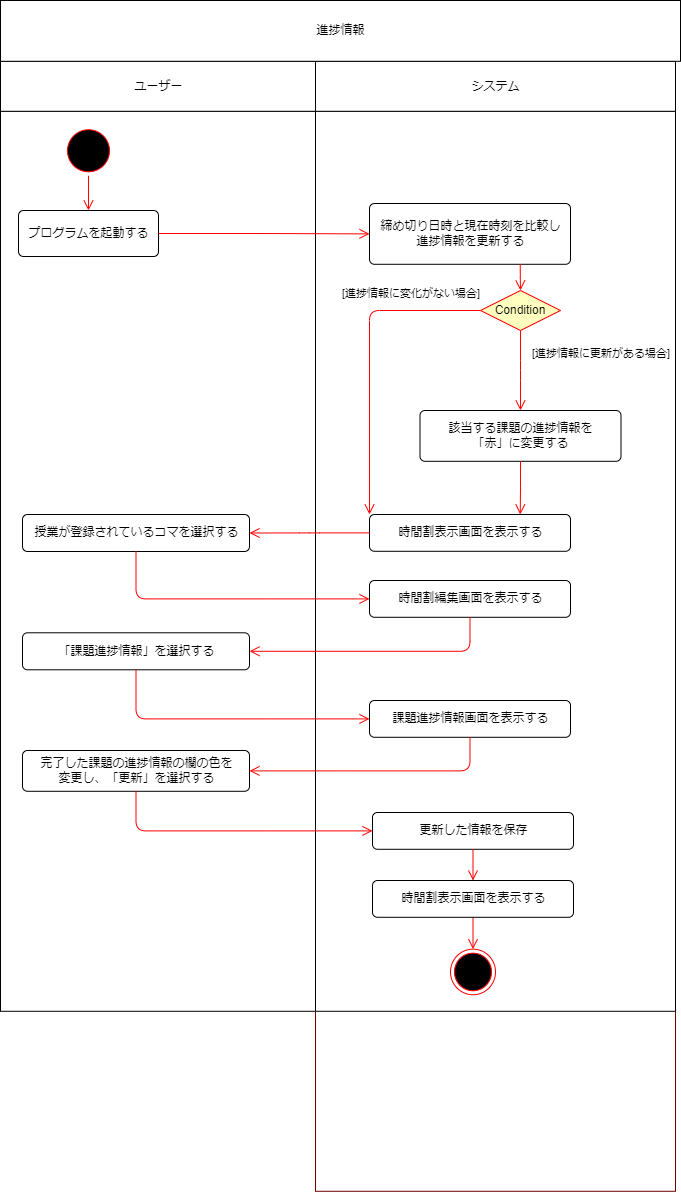
The draw.io diagram 振る舞い図/アクティビティ図/アクティビティ図＿進捗情報.drawio.png in masaki1234567/psp4, before a commit. Source tidied: cells renumbered, new cells last; positions are measured from the earlier drawing's top-left corner, leaving out a move shared by most shapes.
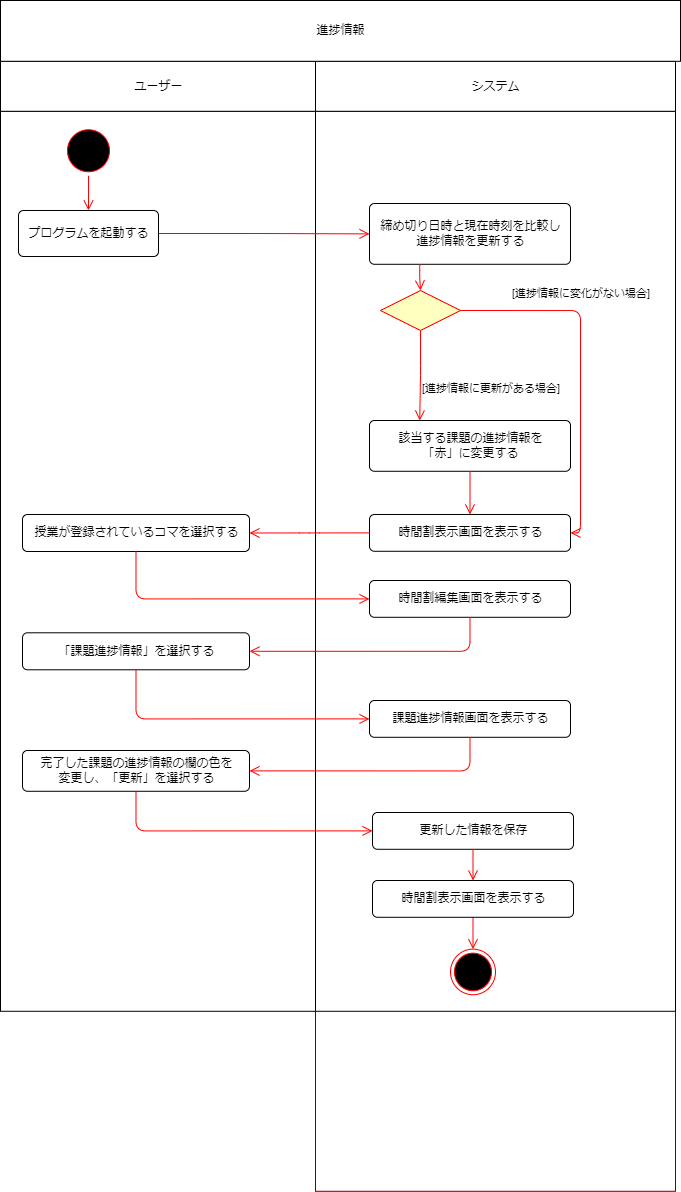
Later version of the same file.

Diff of the diagram source:
```diff
@@ -56,27 +56,27 @@
     <mxCell id="19" value="締め切り日時と現在時刻を比較し&lt;br&gt;進捗情報を更新する" style="html=1;align=center;verticalAlign=middle;rounded=1;absoluteArcSize=1;arcSize=10;dashed=0;" parent="14" vertex="1">
       <mxGeometry x="54" y="142.2" width="201" height="60.8" as="geometry" />
     </mxCell>
-    <mxCell id="20" value="Condition" style="rhombus;whiteSpace=wrap;html=1;fillColor=#ffffc0;strokeColor=#ff0000;flipV=0;" parent="14" vertex="1">
-      <mxGeometry x="165" y="229.2" width="80" height="40" as="geometry" />
+    <mxCell id="20" style="rhombus;whiteSpace=wrap;html=1;fillColor=#ffffc0;strokeColor=#ff0000;flipV=0;" parent="14" vertex="1">
+      <mxGeometry x="65" y="229.2" width="80" height="40" as="geometry" />
     </mxCell>
-    <mxCell id="21" style="edgeStyle=orthogonalEdgeStyle;html=1;verticalAlign=bottom;endArrow=open;endSize=8;strokeColor=#ff0000;entryX=0.5;entryY=0;entryDx=0;entryDy=0;exitX=0.75;exitY=1;exitDx=0;exitDy=0;" parent="14" edge="1" source="19" target="20">
+    <mxCell id="21" style="edgeStyle=orthogonalEdgeStyle;html=1;verticalAlign=bottom;endArrow=open;endSize=8;strokeColor=#ff0000;entryX=0.5;entryY=0;entryDx=0;entryDy=0;exitX=0.25;exitY=1;exitDx=0;exitDy=0;" parent="14" edge="1" source="19" target="20">
       <mxGeometry relative="1" as="geometry" />
     </mxCell>
     <mxCell id="22" value="該当する課題の進捗情報を&lt;br&gt;「赤」に変更する" style="html=1;align=center;verticalAlign=middle;rounded=1;absoluteArcSize=1;arcSize=10;dashed=0;" parent="14" vertex="1">
-      <mxGeometry x="104.5" y="349.2" width="201" height="50.8" as="geometry" />
+      <mxGeometry x="54" y="359.2" width="201" height="50.8" as="geometry" />
     </mxCell>
     <mxCell id="23" value="時間割表示画面を表示する" style="html=1;align=center;verticalAlign=middle;rounded=1;absoluteArcSize=1;arcSize=10;dashed=0;" parent="14" vertex="1">
       <mxGeometry x="54" y="453.2" width="201" height="36.8" as="geometry" />
     </mxCell>
-    <mxCell id="24" value="[進捗情報に変化がない場合]" style="edgeStyle=orthogonalEdgeStyle;html=1;align=left;verticalAlign=top;endArrow=open;endSize=8;strokeColor=#ff0000;entryX=0;entryY=0;entryDx=0;entryDy=0;" parent="14" edge="1" source="20" target="23">
-      <mxGeometry x="-0.3" y="-42" relative="1" as="geometry">
+    <mxCell id="24" value="[進捗情報に変化がない場合]" style="edgeStyle=orthogonalEdgeStyle;html=1;align=left;verticalAlign=top;endArrow=open;endSize=8;strokeColor=#ff0000;entryX=1;entryY=0.5;entryDx=0;entryDy=0;exitX=1;exitY=0.5;exitDx=0;exitDy=0;" parent="14" edge="1" source="20" target="23">
+      <mxGeometry x="-0.72" y="30" relative="1" as="geometry">
         <Array as="points">
-          <mxPoint x="54" y="249" />
+          <mxPoint x="265" y="249" />
+          <mxPoint x="265" y="472" />
         </Array>
-        <mxPoint x="13" y="-30" as="offset" />
       </mxGeometry>
     </mxCell>
-    <mxCell id="25" style="edgeStyle=orthogonalEdgeStyle;html=1;verticalAlign=bottom;endArrow=open;endSize=8;strokeColor=#ff0000;entryX=0.75;entryY=0;entryDx=0;entryDy=0;exitX=0.5;exitY=1;exitDx=0;exitDy=0;" parent="14" edge="1" source="22" target="23">
+    <mxCell id="25" style="edgeStyle=orthogonalEdgeStyle;html=1;verticalAlign=bottom;endArrow=open;endSize=8;strokeColor=#ff0000;entryX=0.5;entryY=0;entryDx=0;entryDy=0;exitX=0.5;exitY=1;exitDx=0;exitDy=0;" parent="14" edge="1" source="22" target="23">
       <mxGeometry relative="1" as="geometry" />
     </mxCell>
     <mxCell id="26" value="時間割編集画面を表示する" style="html=1;align=center;verticalAlign=middle;rounded=1;absoluteArcSize=1;arcSize=10;dashed=0;" parent="14" vertex="1">
@@ -94,13 +94,8 @@
     <mxCell id="30" style="edgeStyle=orthogonalEdgeStyle;html=1;verticalAlign=bottom;endArrow=open;endSize=8;strokeColor=#ff0000;entryX=0.5;entryY=0;entryDx=0;entryDy=0;exitX=0.5;exitY=1;exitDx=0;exitDy=0;" parent="14" edge="1" source="28" target="29">
       <mxGeometry relative="1" as="geometry" />
     </mxCell>
-    <mxCell id="31" value="[進捗情報に更新がある場合]" style="edgeStyle=orthogonalEdgeStyle;html=1;align=left;verticalAlign=top;endArrow=open;endSize=8;strokeColor=#ff0000;entryX=0.5;entryY=0;entryDx=0;entryDy=0;exitX=0.5;exitY=1;exitDx=0;exitDy=0;" parent="14" edge="1" source="20" target="22">
-      <mxGeometry x="-0.75" y="10" relative="1" as="geometry">
-        <Array as="points">
-          <mxPoint x="205" y="309" />
-          <mxPoint x="205" y="309" />
-        </Array>
-      </mxGeometry>
+    <mxCell id="31" value="[進捗情報に更新がある場合]" style="edgeStyle=orthogonalEdgeStyle;html=1;align=left;verticalAlign=top;endArrow=open;endSize=8;strokeColor=#ff0000;exitX=0.5;exitY=1;exitDx=0;exitDy=0;entryX=0.25;entryY=0;entryDx=0;entryDy=0;" parent="14" edge="1" source="20" target="22">
+      <mxGeometry relative="1" as="geometry" />
     </mxCell>
     <mxCell id="32" style="edgeStyle=orthogonalEdgeStyle;html=1;verticalAlign=bottom;endArrow=open;endSize=8;strokeColor=#ff0000;entryX=0;entryY=0.5;entryDx=0;entryDy=0;exitX=1;exitY=0.5;exitDx=0;exitDy=0;" parent="3" edge="1" source="9" target="19">
       <mxGeometry relative="1" as="geometry" />
```
